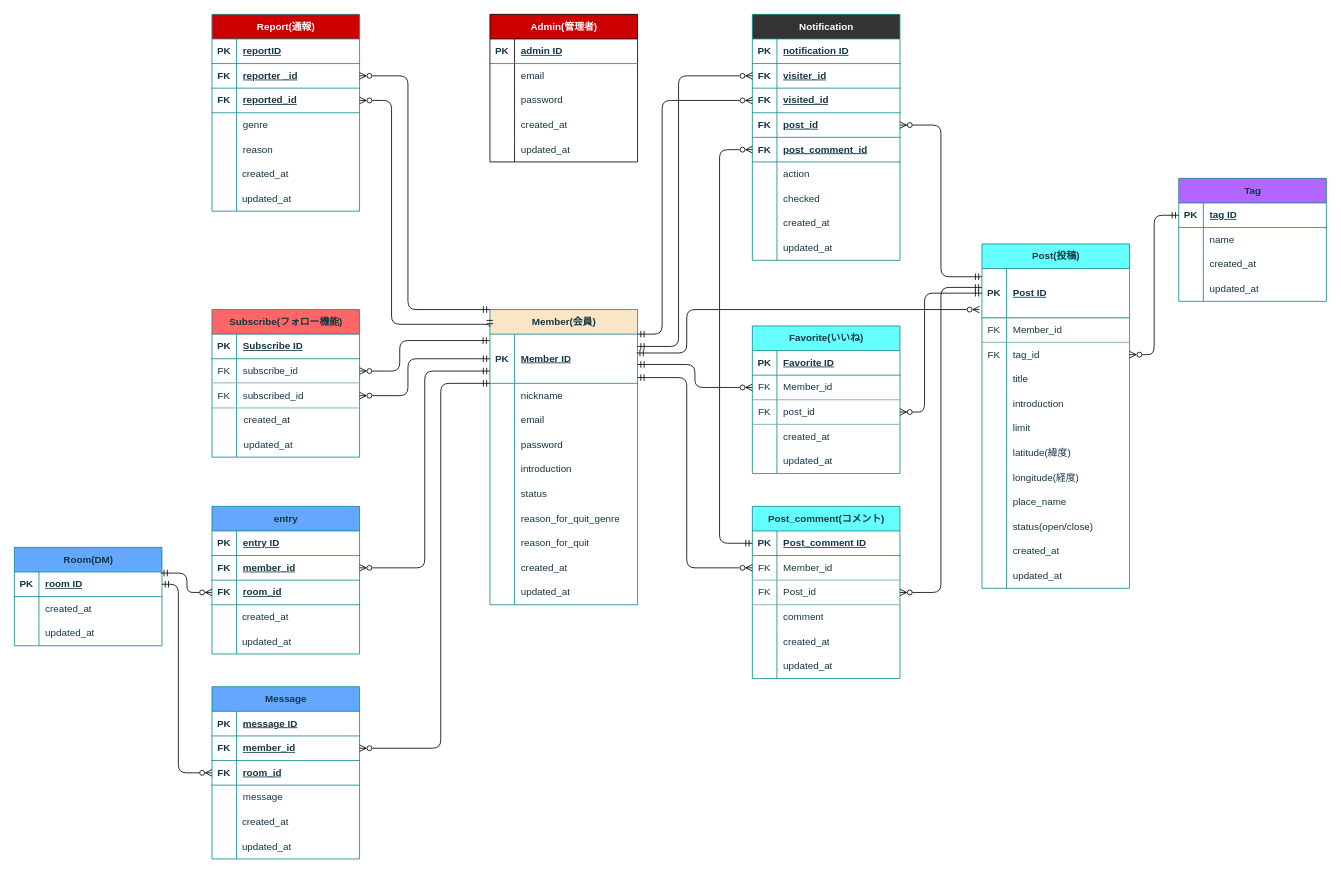
Before: Tabekiro-uo_ER_map.drawio in yuna096740/ER_practice, a draw.io diagram. Source tidied: cells renumbered, new cells numbered last; positions are measured from the earlier drawing's top-left corner, leaving out a move shared by most shapes. Both pictures are drawn from the tidied source at 82%, with x=0, y=0 at pixel (14, 14).
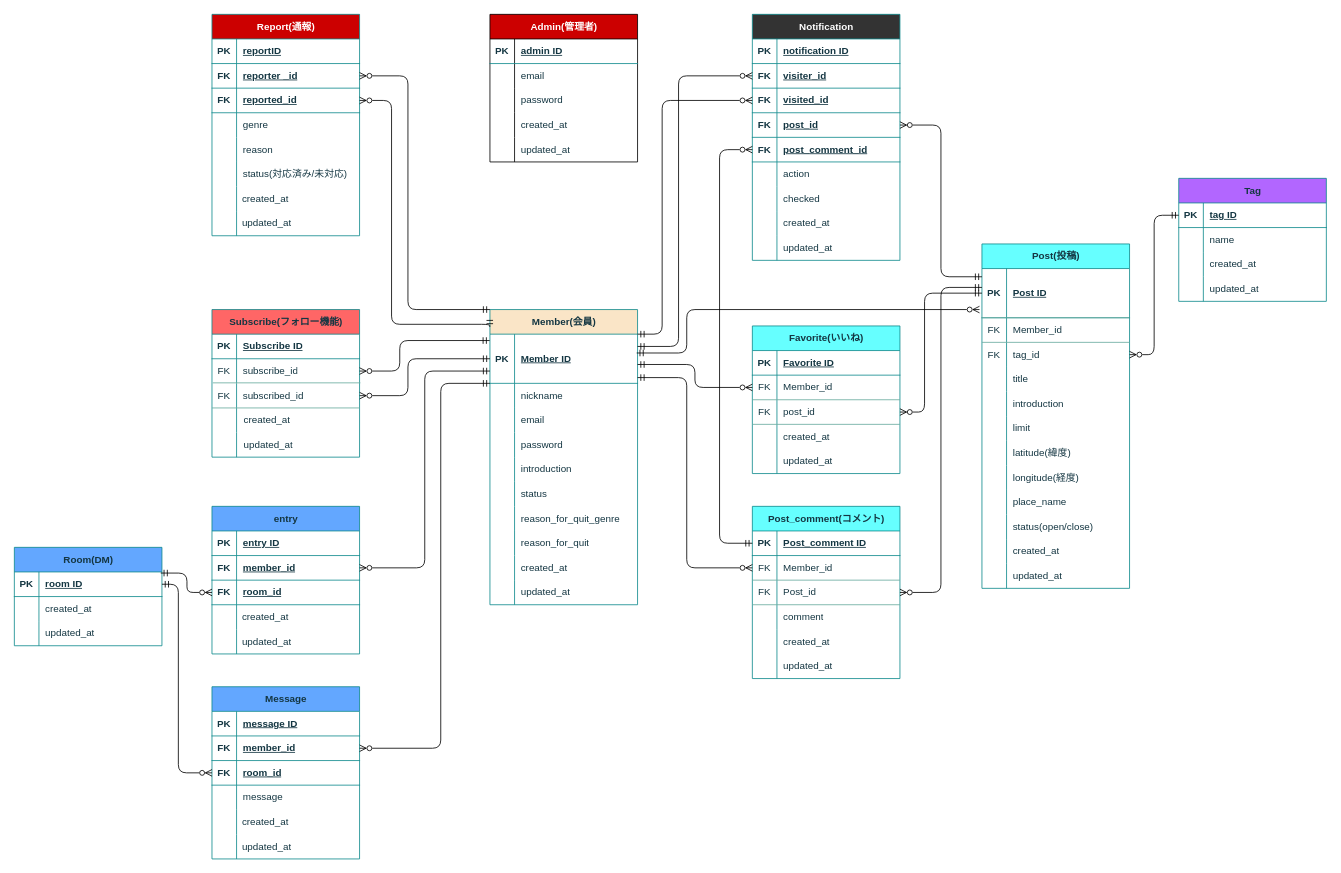
After the change.

Commit message:
Tabekiro-uo_ER_map.drawio を更新します

Diff of the diagram source:
```diff
@@
     <mxCell id="2" value="&lt;font color=&quot;#ffffff&quot;&gt;Report(通報)&lt;/font&gt;" style="shape=table;startSize=30;childLayout=tableLayout;rowLines=0;fontStyle=1;align=center;html=1;labelBackgroundColor=none;fillColor=#CC0000;strokeColor=#0F8B8D;fontColor=#143642;rounded=0;" parent="1" vertex="1">
-      <mxGeometry x="241" width="180" height="240" as="geometry" />
+      <mxGeometry x="241" width="180" height="270" as="geometry" />
     </mxCell>
@@
+    <mxCell id="298" style="shape=tableRow;horizontal=0;startSize=0;swimlaneHead=0;swimlaneBody=0;fillColor=none;top=0;left=0;right=0;bottom=0;labelBackgroundColor=none;strokeColor=#0F8B8D;fontColor=#143642;rounded=0;" parent="2" vertex="1">
+      <mxGeometry y="180" width="180" height="30" as="geometry" />
+    </mxCell>
+    <mxCell id="299" style="shape=partialRectangle;fillColor=none;top=0;left=0;bottom=0;right=0;overflow=hidden;whiteSpace=wrap;html=1;labelBackgroundColor=none;strokeColor=#0F8B8D;fontColor=#143642;rounded=0;" parent="298" vertex="1">
+      <mxGeometry width="30" height="30" as="geometry" />
+    </mxCell>
+    <mxCell id="300" value="status(対応済み/未対応)" style="shape=partialRectangle;fillColor=none;top=0;left=0;bottom=0;right=0;align=left;spacingLeft=6;overflow=hidden;whiteSpace=wrap;html=1;labelBackgroundColor=none;strokeColor=#0F8B8D;fontColor=#143642;rounded=0;" parent="298" vertex="1">
+      <mxGeometry x="30" width="150" height="30" as="geometry" />
+    </mxCell>
     <mxCell id="18" style="shape=tableRow;horizontal=0;startSize=0;swimlaneHead=0;swimlaneBody=0;fillColor=none;top=0;left=0;right=0;bottom=0;labelBackgroundColor=none;strokeColor=#0F8B8D;fontColor=#143642;rounded=0;" parent="2" vertex="1">
-      <mxGeometry y="180" width="180" height="30" as="geometry" />
+      <mxGeometry y="210" width="180" height="30" as="geometry" />
     </mxCell>
@@
     <mxCell id="21" style="shape=tableRow;horizontal=0;startSize=0;swimlaneHead=0;swimlaneBody=0;fillColor=none;top=0;left=0;right=0;bottom=0;labelBackgroundColor=none;strokeColor=#0F8B8D;fontColor=#143642;rounded=0;" parent="2" vertex="1">
-      <mxGeometry y="210" width="180" height="30" as="geometry" />
+      <mxGeometry y="240" width="180" height="30" as="geometry" />
     </mxCell>
@@
     <mxCell id="282" value="updated_at" style="shape=partialRectangle;fillColor=none;top=0;left=0;bottom=0;right=0;align=left;spacingLeft=6;overflow=hidden;whiteSpace=wrap;html=1;labelBackgroundColor=none;strokeColor=#0F8B8D;fontColor=#143642;rounded=0;" parent="1" vertex="1">
-      <mxGeometry x="270" y="210" width="150" height="30" as="geometry" />
+      <mxGeometry x="270" y="240" width="150" height="30" as="geometry" />
     </mxCell>
     <mxCell id="283" value="created_at" style="shape=partialRectangle;fillColor=none;top=0;left=0;bottom=0;right=0;align=left;spacingLeft=6;overflow=hidden;whiteSpace=wrap;html=1;labelBackgroundColor=none;strokeColor=#0F8B8D;fontColor=#143642;rounded=0;" parent="1" vertex="1">
-      <mxGeometry x="270" y="180" width="150" height="30" as="geometry" />
+      <mxGeometry x="270" y="210" width="150" height="30" as="geometry" />
     </mxCell>
```
